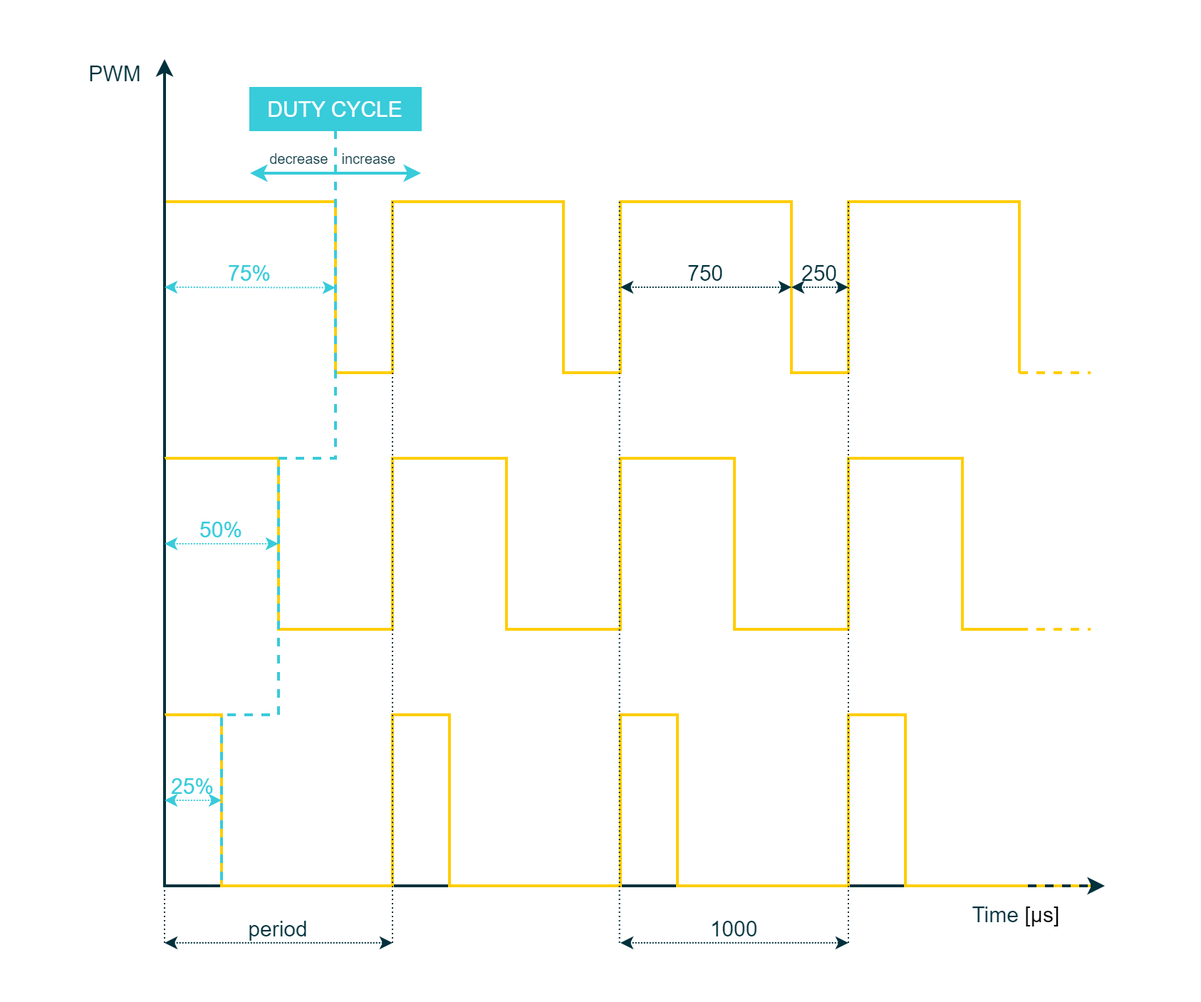
Earlier version of the draw.io export draw.io/PE Articles/General knowledge/Fundamentals/PWM 101 from Duty Cycle to Motor Control/Pulse wave 75p (PE).png (PLAY-Embedded/pe_assets). Source tidied: cells renumbered, new cells last; positions are measured from the earlier drawing's top-left corner, leaving out a move shared by most shapes.
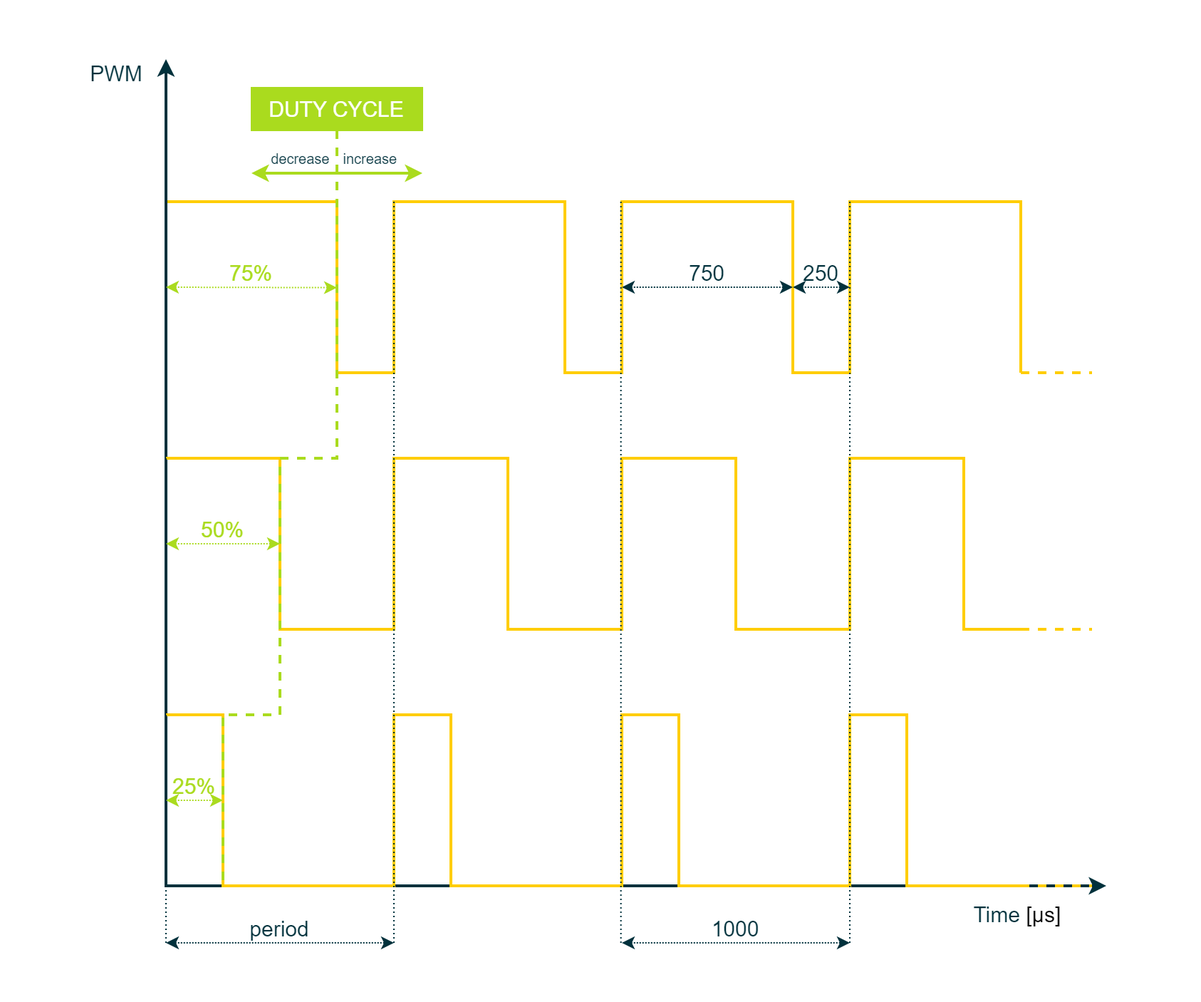
Later version of the same file.

The edit, as a diff of the source:
```diff
@@ -45,7 +45,7 @@
     <mxCell id="7" value="&lt;font color=&quot;#00313c&quot; style=&quot;font-size: 15px;&quot;&gt;period&lt;/font&gt;" style="rounded=0;whiteSpace=wrap;html=1;strokeColor=none;strokeWidth=1;fillColor=none;fontFamily=Arial;fontSize=8;fontColor=#4DB182;align=center;" parent="1" vertex="1">
       <mxGeometry x="115" y="640" width="160" height="20" as="geometry" />
     </mxCell>
-    <mxCell id="8" value="&lt;font color=&quot;#38cbda&quot; style=&quot;font-size: 15px;&quot;&gt;25%&lt;/font&gt;" style="rounded=0;whiteSpace=wrap;html=1;strokeColor=none;strokeWidth=1;fillColor=none;fontFamily=Arial;fontSize=8;fontColor=#4DB182;align=center;" parent="1" vertex="1">
+    <mxCell id="8" value="&lt;font color=&quot;#aadb1e&quot; style=&quot;font-size: 15px;&quot;&gt;25%&lt;/font&gt;" style="rounded=0;whiteSpace=wrap;html=1;strokeColor=none;strokeWidth=1;fillColor=none;fontFamily=Arial;fontSize=8;fontColor=#4DB182;align=center;" parent="1" vertex="1">
       <mxGeometry x="115" y="540" width="40" height="20" as="geometry" />
     </mxCell>
     <mxCell id="9" style="endArrow=classic;html=1;strokeWidth=2;startArrow=classic;startFill=1;rounded=0;fontFamily=Arial;fillColor=#00313C;strokeColor=#00313C;" parent="1" edge="1">
@@ -124,16 +124,16 @@
         <mxPoint x="275" y="140" as="sourcePoint" />
       </mxGeometry>
     </mxCell>
-    <mxCell id="16" style="endArrow=classic;startArrow=classic;html=1;labelBackgroundColor=none;strokeColor=#38CBDA;strokeWidth=1;fillColor=#38CBDA;fontFamily=Arial;fontSize=8;fontColor=#0067B9;dashed=1;dashPattern=1 1;" parent="1" edge="1">
+    <mxCell id="16" style="endArrow=classic;startArrow=classic;html=1;labelBackgroundColor=none;strokeColor=#AADB1E;strokeWidth=1;fillColor=#AADB1E;fontFamily=Arial;fontSize=8;fontColor=#0067B9;dashed=1;dashPattern=1 1;" parent="1" edge="1">
       <mxGeometry relative="1" as="geometry">
         <mxPoint x="115" y="200" as="sourcePoint" />
         <mxPoint x="235" y="200.3" as="targetPoint" />
       </mxGeometry>
     </mxCell>
-    <mxCell id="17" value="&lt;font color=&quot;#38cbda&quot; style=&quot;font-size: 15px;&quot;&gt;75%&lt;/font&gt;" style="rounded=0;whiteSpace=wrap;html=1;strokeColor=none;strokeWidth=1;fillColor=none;fontFamily=Arial;fontSize=8;fontColor=#4DB182;align=center;" parent="1" vertex="1">
+    <mxCell id="17" value="&lt;font color=&quot;#aadb1e&quot; style=&quot;font-size: 15px;&quot;&gt;75%&lt;/font&gt;" style="rounded=0;whiteSpace=wrap;html=1;strokeColor=none;strokeWidth=1;fillColor=none;fontFamily=Arial;fontSize=8;fontColor=#4DB182;align=center;" parent="1" vertex="1">
       <mxGeometry x="115" y="180" width="120" height="20" as="geometry" />
     </mxCell>
-    <mxCell id="18" style="endArrow=classic;startArrow=classic;html=1;labelBackgroundColor=none;strokeColor=#38CBDA;strokeWidth=1;fillColor=#38CBDA;fontFamily=Arial;fontSize=8;fontColor=#0067B9;dashed=1;dashPattern=1 1;" parent="1" edge="1">
+    <mxCell id="18" style="endArrow=classic;startArrow=classic;html=1;labelBackgroundColor=none;strokeColor=#AADB1E;strokeWidth=1;fillColor=#AADB1E;fontFamily=Arial;fontSize=8;fontColor=#0067B9;dashed=1;dashPattern=1 1;" parent="1" edge="1">
       <mxGeometry relative="1" as="geometry">
         <mxPoint x="115" y="560" as="sourcePoint" />
         <mxPoint x="155" y="560" as="targetPoint" />
@@ -172,7 +172,7 @@
     <mxCell id="25" value="&lt;font color=&quot;#00313c&quot; style=&quot;font-size: 15px;&quot;&gt;250&lt;/font&gt;" style="rounded=0;whiteSpace=wrap;html=1;strokeColor=none;strokeWidth=1;fillColor=none;fontFamily=Arial;fontSize=8;fontColor=#4DB182;align=center;" parent="1" vertex="1">
       <mxGeometry x="555" y="180" width="40" height="20" as="geometry" />
     </mxCell>
-    <mxCell id="26" style="endArrow=none;dashed=1;html=1;labelBackgroundColor=none;strokeColor=#38CBDA;strokeWidth=2;fillColor=#38CBDA;fontFamily=Arial;fontSize=10;fontColor=#0067B9;rounded=0;" parent="1" edge="1">
+    <mxCell id="26" style="endArrow=none;dashed=1;html=1;labelBackgroundColor=none;strokeColor=#AADB1E;strokeWidth=2;fillColor=#AADB1E;fontFamily=Arial;fontSize=10;fontColor=#0067B9;rounded=0;" parent="1" edge="1">
       <mxGeometry relative="1" as="geometry">
         <mxPoint x="235" y="90" as="sourcePoint" />
         <mxPoint x="155" y="620" as="targetPoint" />
@@ -187,16 +187,16 @@
     <mxCell id="27" value="&lt;font color=&quot;#00313c&quot; style=&quot;font-size: 10px;&quot;&gt;decrease&amp;nbsp;&lt;/font&gt;" style="rounded=0;whiteSpace=wrap;html=1;strokeColor=none;strokeWidth=1;fillColor=none;fontFamily=Arial;fontSize=12;fontColor=#4DB182;align=right;" parent="1" vertex="1">
       <mxGeometry x="175" y="100" width="60" height="20" as="geometry" />
     </mxCell>
-    <mxCell id="28" value="&lt;font color=&quot;#38cbda&quot; style=&quot;font-size: 15px;&quot;&gt;50%&lt;/font&gt;" style="rounded=0;whiteSpace=wrap;html=1;strokeColor=none;strokeWidth=1;fillColor=none;fontFamily=Arial;fontSize=8;fontColor=#4DB182;align=center;" parent="1" vertex="1">
+    <mxCell id="28" value="&lt;font color=&quot;#aadb1e&quot; style=&quot;font-size: 15px;&quot;&gt;50%&lt;/font&gt;" style="rounded=0;whiteSpace=wrap;html=1;strokeColor=none;strokeWidth=1;fillColor=none;fontFamily=Arial;fontSize=8;fontColor=#4DB182;align=center;" parent="1" vertex="1">
       <mxGeometry x="115" y="360" width="80" height="20" as="geometry" />
     </mxCell>
-    <mxCell id="29" style="endArrow=classic;startArrow=classic;html=1;labelBackgroundColor=none;strokeColor=#38CBDA;strokeWidth=1;fillColor=#38CBDA;fontFamily=Arial;fontSize=8;fontColor=#0067B9;dashed=1;dashPattern=1 1;" parent="1" edge="1">
+    <mxCell id="29" style="endArrow=classic;startArrow=classic;html=1;labelBackgroundColor=none;strokeColor=#AADB1E;strokeWidth=1;fillColor=#AADB1E;fontFamily=Arial;fontSize=8;fontColor=#0067B9;dashed=1;dashPattern=1 1;" parent="1" edge="1">
       <mxGeometry relative="1" as="geometry">
         <mxPoint x="115" y="380" as="sourcePoint" />
         <mxPoint x="195" y="380" as="targetPoint" />
       </mxGeometry>
     </mxCell>
-    <mxCell id="30" value="&lt;font style=&quot;font-size: 15px;&quot;&gt;DUTY CYCLE&lt;/font&gt;" style="rounded=0;whiteSpace=wrap;html=1;strokeColor=#38CBDA;strokeWidth=1;fillColor=#38CBDA;fontFamily=Arial;fontSize=8;fontColor=#FFFFFF;align=center;" parent="1" vertex="1">
+    <mxCell id="30" value="&lt;font style=&quot;font-size: 15px;&quot;&gt;DUTY CYCLE&lt;/font&gt;" style="rounded=0;whiteSpace=wrap;html=1;strokeColor=#AADB1E;strokeWidth=1;fillColor=#AADB1E;fontFamily=Arial;fontSize=8;fontColor=#FFFFFF;align=center;" parent="1" vertex="1">
       <mxGeometry x="175" y="60" width="120" height="30" as="geometry" />
     </mxCell>
     <mxCell id="31" style="endArrow=none;dashed=1;html=1;dashPattern=1 2;labelBackgroundColor=none;strokeColor=#00313C;strokeWidth=1;fillColor=#00313C;fontFamily=Arial;fontSize=10;fontColor=#0067B9;entryX=1;entryY=1;entryDx=0;entryDy=0;" parent="1" edge="1">
@@ -205,7 +205,7 @@
         <mxPoint x="434.3" y="660" as="targetPoint" />
       </mxGeometry>
     </mxCell>
-    <mxCell id="32" style="endArrow=classic;html=1;rounded=0;strokeColor=#38CBDA;strokeWidth=2;fontFamily=Arial;fontSize=20;fontColor=#101820;fillColor=#38CBDA;startArrow=classic;startFill=1;" parent="1" edge="1">
+    <mxCell id="32" style="endArrow=classic;html=1;rounded=0;strokeColor=#AADB1E;strokeWidth=2;fontFamily=Arial;fontSize=20;fontColor=#101820;fillColor=#AADB1E;startArrow=classic;startFill=1;" parent="1" edge="1">
       <mxGeometry relative="1" as="geometry">
         <mxPoint x="295" y="120" as="sourcePoint" />
         <mxPoint x="175" y="120" as="targetPoint" />
```
